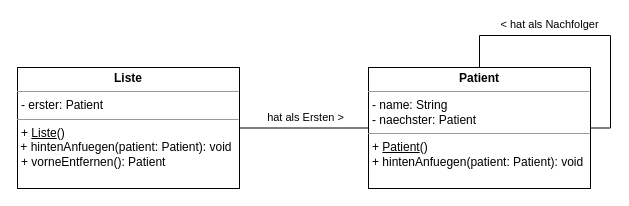
Above: page "Seite-2" (2 of 2) of Liste.drawio in JoernWVSG/diagram (draw.io), before the change. Source tidied: cells renumbered, new cells numbered last; positions are measured from the earlier drawing's top-left corner, leaving out a move shared by most shapes. Both pictures are drawn from the tidied source at 100%, with x=0, y=0 at pixel (17, 35).
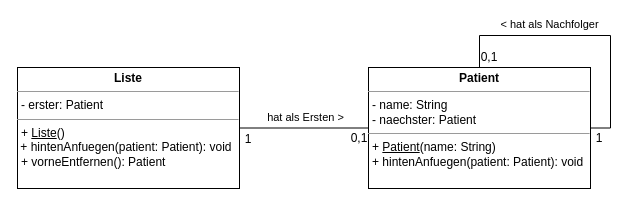
The same page after the edit.

Change to the diagram source:
```diff
@@
 <mxGraphModel>
   <root>
     <mxCell id="0" />
     <mxCell id="1" parent="0" />
     <mxCell id="2" style="edgeStyle=orthogonalEdgeStyle;rounded=0;jettySize=auto;html=1;exitX=1;exitY=0.5;exitDx=0;exitDy=0;entryX=0;entryY=0.5;entryDx=0;entryDy=0;endArrow=none;endFill=0;" parent="1" edge="1" source="4" target="7">
       <mxGeometry relative="1" as="geometry" />
     </mxCell>
     <mxCell id="3" value="hat als Ersten &amp;gt;" style="edgeLabel;html=1;align=center;verticalAlign=middle;" parent="2" vertex="1">
       <mxGeometry x="-0.28" y="1" relative="1" as="geometry">
         <mxPoint x="19" y="-10" as="offset" />
       </mxGeometry>
     </mxCell>
     <mxCell id="4" value="&lt;p style=&quot;margin: 0px ; margin-top: 4px ; text-align: center&quot;&gt;&lt;b&gt;Liste&lt;/b&gt;&lt;br&gt;&lt;/p&gt;&lt;hr size=&quot;1&quot;&gt;&lt;p style=&quot;margin: 0px ; margin-left: 4px&quot;&gt;- erster: Patient&lt;/p&gt;&lt;hr size=&quot;1&quot;&gt;&lt;p style=&quot;margin: 0px ; margin-left: 4px&quot;&gt;+ &lt;u&gt;Liste&lt;/u&gt;()&lt;/p&gt;&amp;nbsp;+ hintenAnfuegen(patient: Patient): void&lt;p style=&quot;margin: 0px ; margin-left: 4px&quot;&gt;+ vorneEntfernen(): Patient &lt;br&gt;&lt;/p&gt;" style="verticalAlign=top;align=left;overflow=fill;fontSize=12;fontFamily=Helvetica;html=1;" parent="1" vertex="1">
       <mxGeometry y="32" width="222" height="121" as="geometry" />
     </mxCell>
     <mxCell id="5" style="edgeStyle=orthogonalEdgeStyle;rounded=0;orthogonalLoop=1;jettySize=auto;html=1;exitX=1;exitY=0.5;exitDx=0;exitDy=0;entryX=0.5;entryY=0;entryDx=0;entryDy=0;endArrow=none;endFill=0;" parent="1" edge="1" source="7" target="7">
       <mxGeometry relative="1" as="geometry">
         <Array as="points">
           <mxPoint x="593" y="93" />
           <mxPoint x="593" />
           <mxPoint x="462" />
         </Array>
       </mxGeometry>
     </mxCell>
     <mxCell id="6" value="&amp;lt; hat als Nachfolger" style="edgeLabel;html=1;align=center;verticalAlign=middle;" parent="5" vertex="1">
       <mxGeometry x="0.12" y="1" relative="1" as="geometry">
         <mxPoint x="-20" y="-13" as="offset" />
       </mxGeometry>
     </mxCell>
-    <mxCell id="7" value="&lt;p style=&quot;margin: 0px ; margin-top: 4px ; text-align: center&quot;&gt;&lt;b&gt;Patient&lt;/b&gt;&lt;br&gt;&lt;/p&gt;&lt;hr size=&quot;1&quot;&gt;&lt;p style=&quot;margin: 0px ; margin-left: 4px&quot;&gt;- name: String&lt;br&gt;&lt;/p&gt;&lt;p style=&quot;margin: 0px ; margin-left: 4px&quot;&gt;- naechster: Patient&lt;/p&gt;&lt;hr size=&quot;1&quot;&gt;&lt;p style=&quot;margin: 0px ; margin-left: 4px&quot;&gt;+ &lt;u&gt;Patient&lt;/u&gt;()&lt;/p&gt;&lt;p style=&quot;margin: 0px ; margin-left: 4px&quot;&gt;+ hintenAnfuegen(patient: Patient): void&lt;br&gt;&lt;/p&gt;&lt;p style=&quot;margin: 0px ; margin-left: 4px&quot;&gt;&lt;br&gt;&lt;/p&gt;&amp;nbsp;" style="verticalAlign=top;align=left;overflow=fill;fontSize=12;fontFamily=Helvetica;html=1;" parent="1" vertex="1">
+    <mxCell id="7" value="&lt;p style=&quot;margin: 0px ; margin-top: 4px ; text-align: center&quot;&gt;&lt;b&gt;Patient&lt;/b&gt;&lt;br&gt;&lt;/p&gt;&lt;hr size=&quot;1&quot;&gt;&lt;p style=&quot;margin: 0px ; margin-left: 4px&quot;&gt;- name: String&lt;br&gt;&lt;/p&gt;&lt;p style=&quot;margin: 0px ; margin-left: 4px&quot;&gt;- naechster: Patient&lt;/p&gt;&lt;hr size=&quot;1&quot;&gt;&lt;p style=&quot;margin: 0px ; margin-left: 4px&quot;&gt;+ &lt;u&gt;Patient&lt;/u&gt;(name: String)&lt;/p&gt;&lt;p style=&quot;margin: 0px ; margin-left: 4px&quot;&gt;+ hintenAnfuegen(patient: Patient): void&lt;br&gt;&lt;/p&gt;&lt;p style=&quot;margin: 0px ; margin-left: 4px&quot;&gt;&lt;br&gt;&lt;/p&gt;&amp;nbsp;" style="verticalAlign=top;align=left;overflow=fill;fontSize=12;fontFamily=Helvetica;html=1;" parent="1" vertex="1">
       <mxGeometry x="351" y="32" width="222" height="121" as="geometry" />
     </mxCell>
+    <mxCell id="8" value="1" style="text;html=1;align=center;verticalAlign=middle;whiteSpace=wrap;rounded=0;" parent="1" vertex="1">
+      <mxGeometry x="222" y="94" width="18" height="20" as="geometry" />
+    </mxCell>
+    <mxCell id="9" value="0,1" style="text;html=1;align=center;verticalAlign=middle;whiteSpace=wrap;rounded=0;" parent="1" vertex="1">
+      <mxGeometry x="333" y="93" width="18" height="20" as="geometry" />
+    </mxCell>
+    <mxCell id="10" value="0,1" style="text;html=1;align=center;verticalAlign=middle;whiteSpace=wrap;rounded=0;" parent="1" vertex="1">
+      <mxGeometry x="463" y="12" width="18" height="20" as="geometry" />
+    </mxCell>
+    <mxCell id="11" value="1" style="text;html=1;align=center;verticalAlign=middle;whiteSpace=wrap;rounded=0;" parent="1" vertex="1">
+      <mxGeometry x="573" y="93" width="18" height="20" as="geometry" />
+    </mxCell>
   </root>
 </mxGraphModel>
```
